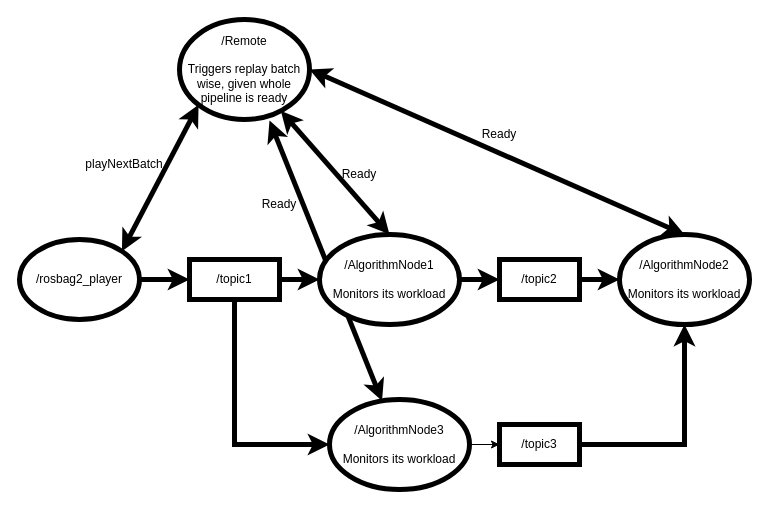
The draw.io diagram controlled_replay/doc/arch.drawio in phildue/controlled_replay, before the edit. Source tidied: cells renumbered, new cells numbered last; positions are measured from the earlier drawing's top-left corner, leaving out a move shared by most shapes. Both pictures are drawn from the tidied source at 100%, with x=0, y=0 at pixel (19, 19).
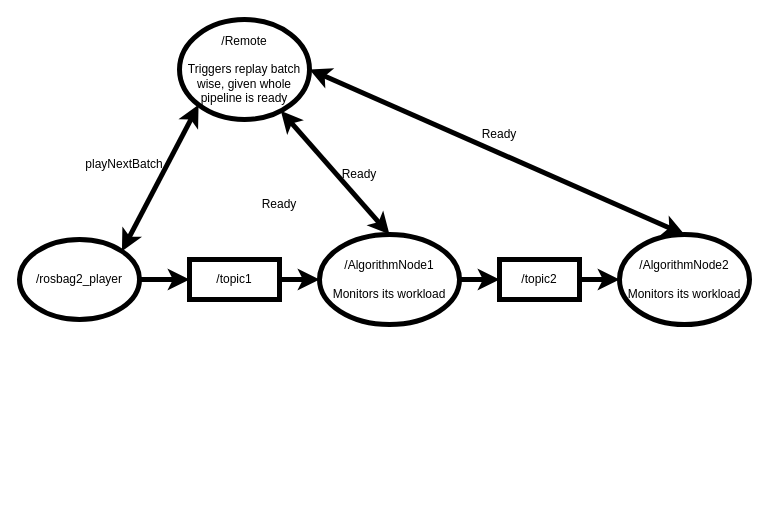
The same diagram, later.

Unchanged cells that the change refers to:
```xml
<mxCell id="8" value="/AlgorithmNode2&lt;br&gt;&lt;br&gt;Monitors its workload" style="ellipse;whiteSpace=wrap;html=1;strokeWidth=5;" parent="1" vertex="1">
  <mxGeometry x="600" y="215" width="130" height="90" as="geometry" />
</mxCell>
<mxCell id="11" value="/topic1" style="rounded=0;whiteSpace=wrap;html=1;strokeWidth=5;" parent="1" vertex="1">
  <mxGeometry x="170" y="240" width="90" height="40" as="geometry" />
</mxCell>
```

The edit, as a diff of the source:
```diff
@@
-    <mxCell id="2" style="endArrow=classic;startArrow=classic;html=1;rounded=0;strokeWidth=5;" parent="1" edge="1" source="21">
-      <mxGeometry relative="1" as="geometry">
-        <mxPoint x="250" y="101" as="targetPoint" />
-      </mxGeometry>
-    </mxCell>
@@
-    <mxCell id="10" style="edgeStyle=orthogonalEdgeStyle;rounded=0;jettySize=auto;html=1;exitX=0.5;exitY=1;exitDx=0;exitDy=0;entryX=0;entryY=0.5;entryDx=0;entryDy=0;strokeWidth=5;" parent="1" edge="1" source="11" target="21">
-      <mxGeometry relative="1" as="geometry" />
-    </mxCell>
@@
-    <mxCell id="20" style="edgeStyle=orthogonalEdgeStyle;rounded=0;jettySize=auto;html=1;exitX=1;exitY=0.5;exitDx=0;exitDy=0;entryX=0;entryY=0.5;entryDx=0;entryDy=0;" parent="1" edge="1" source="21" target="23">
-      <mxGeometry relative="1" as="geometry" />
-    </mxCell>
-    <mxCell id="21" value="/AlgorithmNode3&lt;br&gt;&lt;br&gt;Monitors its workload" style="ellipse;whiteSpace=wrap;html=1;strokeWidth=5;" parent="1" vertex="1">
-      <mxGeometry x="310" y="380" width="140" height="90" as="geometry" />
-    </mxCell>
-    <mxCell id="22" style="edgeStyle=orthogonalEdgeStyle;rounded=0;jettySize=auto;html=1;exitX=1;exitY=0.5;exitDx=0;exitDy=0;entryX=0.5;entryY=1;entryDx=0;entryDy=0;strokeWidth=5;" parent="1" edge="1" source="23" target="8">
-      <mxGeometry relative="1" as="geometry" />
-    </mxCell>
-    <mxCell id="23" value="/topic3" style="rounded=0;whiteSpace=wrap;html=1;strokeWidth=5;" parent="1" vertex="1">
-      <mxGeometry x="480" y="405" width="80" height="40" as="geometry" />
-    </mxCell>
```
